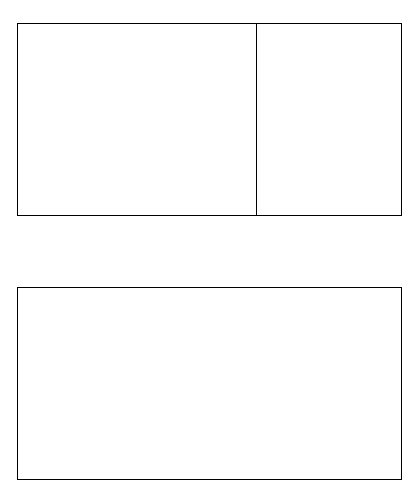
Above: Library Catelog Program/Billings Floor Plan.drawio in ghthompson/Group-Project-for-Visual-Basic (draw.io), before the change. Source tidied: cells renumbered, new cells numbered last; positions are measured from the earlier drawing's top-left corner, leaving out a move shared by most shapes. Both pictures are drawn from the tidied source at 100%, with x=0, y=0 at pixel (17, 23).
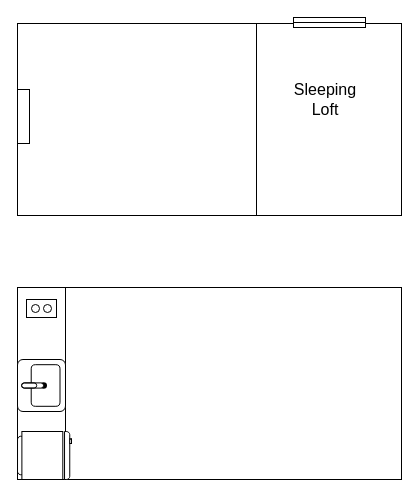
The same diagram, later.

What changed in the source:
```diff
@@
 <mxGraphModel>
   <root>
     <mxCell id="0" />
     <mxCell id="1" parent="0" />
+    <mxCell id="3" style="rounded=0;whiteSpace=wrap;html=1;" parent="1" vertex="1">
+      <mxGeometry y="264" width="384" height="192" as="geometry" />
+    </mxCell>
+    <mxCell id="5" style="rounded=0;whiteSpace=wrap;html=1;strokeWidth=1;direction=south;" parent="1" vertex="1">
+      <mxGeometry y="264" width="48" height="192" as="geometry" />
+    </mxCell>
     <mxCell id="2" style="rounded=0;whiteSpace=wrap;html=1;" parent="1" vertex="1">
       <mxGeometry width="384" height="192" as="geometry" />
     </mxCell>
-    <mxCell id="3" style="rounded=0;whiteSpace=wrap;html=1;" parent="1" vertex="1">
-      <mxGeometry y="264" width="384" height="192" as="geometry" />
-    </mxCell>
     <mxCell id="4" style="line;strokeWidth=1;direction=south;html=1;" parent="1" vertex="1">
       <mxGeometry x="234" width="10" height="192" as="geometry" />
     </mxCell>
+    <mxCell id="6" style="verticalLabelPosition=bottom;html=1;verticalAlign=top;align=center;shape=mxgraph.floorplan.window;fillColor=#ffffff;strokeWidth=1;" parent="1" vertex="1">
+      <mxGeometry x="276" y="-6" width="72" height="10" as="geometry" />
+    </mxCell>
+    <mxCell id="7" style="rounded=0;whiteSpace=wrap;html=1;strokeWidth=1;" parent="1" vertex="1">
+      <mxGeometry y="66" width="12" height="54" as="geometry" />
+    </mxCell>
+    <mxCell id="8" value="&lt;font style=&quot;font-size: 16px&quot;&gt;Sleeping Loft&lt;/font&gt;" style="text;html=1;strokeColor=none;fillColor=none;align=center;verticalAlign=middle;whiteSpace=wrap;rounded=0;" parent="1" vertex="1">
+      <mxGeometry x="288" y="66" width="40" height="20" as="geometry" />
+    </mxCell>
+    <mxCell id="9" style="verticalLabelPosition=bottom;html=1;verticalAlign=top;align=center;shape=mxgraph.floorplan.refrigerator;strokeWidth=1;direction=north;" parent="1" vertex="1">
+      <mxGeometry y="408" width="54" height="48" as="geometry" />
+    </mxCell>
+    <mxCell id="10" style="verticalLabelPosition=bottom;html=1;verticalAlign=top;align=center;shape=mxgraph.floorplan.sink_2;strokeWidth=1;direction=north;" parent="1" vertex="1">
+      <mxGeometry y="336" width="48" height="52" as="geometry" />
+    </mxCell>
+    <mxCell id="11" style="rounded=0;whiteSpace=wrap;html=1;strokeWidth=1;" parent="1" vertex="1">
+      <mxGeometry x="9" y="276" width="30" height="18" as="geometry" />
+    </mxCell>
+    <mxCell id="12" style="ellipse;whiteSpace=wrap;html=1;strokeWidth=1;" parent="1" vertex="1">
+      <mxGeometry x="14" y="281" width="8" height="8" as="geometry" />
+    </mxCell>
+    <mxCell id="13" style="ellipse;whiteSpace=wrap;html=1;strokeWidth=1;" parent="1" vertex="1">
+      <mxGeometry x="26" y="281" width="8" height="8" as="geometry" />
+    </mxCell>
   </root>
 </mxGraphModel>
```
